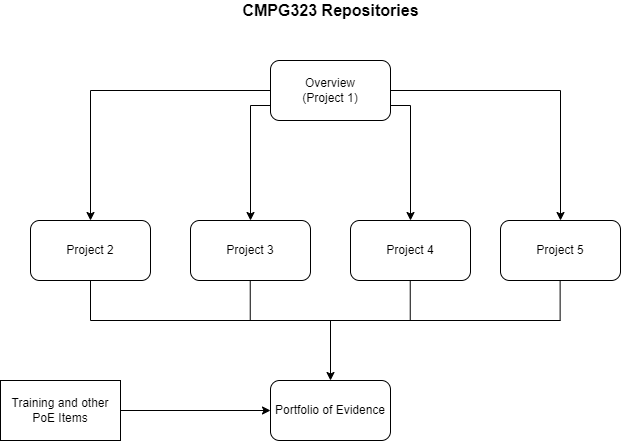
Earlier version of the draw.io export Assets/Repo Structure.png (Tanaille/CMPG-323-Overview---36581852). Source tidied: cells renumbered, new cells last; positions are measured from the earlier drawing's top-left corner, leaving out a move shared by most shapes. Its diagram source:
```xml
<mxGraphModel>
  <root>
    <mxCell id="0" />
    <mxCell id="1" parent="0" />
    <mxCell id="2" style="edgeStyle=orthogonalEdgeStyle;rounded=0;jettySize=auto;html=1;entryX=0.5;entryY=0;entryDx=0;entryDy=0;" parent="1" edge="1" source="6" target="7">
      <mxGeometry relative="1" as="geometry" />
    </mxCell>
    <mxCell id="3" style="edgeStyle=orthogonalEdgeStyle;rounded=0;jettySize=auto;html=1;exitX=1;exitY=0.5;exitDx=0;exitDy=0;entryX=0.5;entryY=0;entryDx=0;entryDy=0;" parent="1" edge="1" source="6" target="10">
      <mxGeometry relative="1" as="geometry" />
    </mxCell>
    <mxCell id="4" style="edgeStyle=orthogonalEdgeStyle;rounded=0;jettySize=auto;html=1;exitX=0;exitY=0.75;exitDx=0;exitDy=0;entryX=0.5;entryY=0;entryDx=0;entryDy=0;fontSize=16;" parent="1" edge="1" source="6" target="8">
      <mxGeometry relative="1" as="geometry" />
    </mxCell>
    <mxCell id="5" style="edgeStyle=orthogonalEdgeStyle;rounded=0;jettySize=auto;html=1;exitX=1;exitY=0.75;exitDx=0;exitDy=0;fontSize=16;" parent="1" edge="1" source="6" target="9">
      <mxGeometry relative="1" as="geometry" />
    </mxCell>
    <mxCell id="6" value="Overview&lt;br&gt;(Project 1)" style="rounded=1;whiteSpace=wrap;html=1;" parent="1" vertex="1">
      <mxGeometry x="270" y="60" width="120" height="60" as="geometry" />
    </mxCell>
    <mxCell id="7" value="Project 2" style="rounded=1;whiteSpace=wrap;html=1;" parent="1" vertex="1">
      <mxGeometry x="30" y="220" width="120" height="60" as="geometry" />
    </mxCell>
    <mxCell id="8" value="Project 3" style="rounded=1;whiteSpace=wrap;html=1;" parent="1" vertex="1">
      <mxGeometry x="190" y="220" width="120" height="60" as="geometry" />
    </mxCell>
    <mxCell id="9" value="Project 4" style="rounded=1;whiteSpace=wrap;html=1;" parent="1" vertex="1">
      <mxGeometry x="350" y="220" width="120" height="60" as="geometry" />
    </mxCell>
    <mxCell id="10" value="Project 5" style="rounded=1;whiteSpace=wrap;html=1;" parent="1" vertex="1">
      <mxGeometry x="500" y="220" width="120" height="60" as="geometry" />
    </mxCell>
    <mxCell id="11" value="Portfolio of Evidence" style="rounded=1;whiteSpace=wrap;html=1;" parent="1" vertex="1">
      <mxGeometry x="270" y="380" width="120" height="60" as="geometry" />
    </mxCell>
    <mxCell id="12" value="CMPG323 Repositories" style="text;html=1;align=center;verticalAlign=middle;strokeColor=none;fillColor=none;fontStyle=1;fontSize=16;" parent="1" vertex="1">
      <mxGeometry x="235" width="190" height="20" as="geometry" />
    </mxCell>
    <mxCell id="13" style="endArrow=none;html=1;rounded=0;fontSize=16;entryX=0.5;entryY=1;entryDx=0;entryDy=0;" parent="1" edge="1" target="7">
      <mxGeometry relative="1" as="geometry">
        <mxPoint x="90" y="320" as="sourcePoint" />
      </mxGeometry>
    </mxCell>
    <mxCell id="14" style="endArrow=none;html=1;rounded=0;fontSize=16;entryX=0.5;entryY=1;entryDx=0;entryDy=0;" parent="1" edge="1">
      <mxGeometry relative="1" as="geometry">
        <mxPoint x="249.7" y="320" as="sourcePoint" />
        <mxPoint x="249.7" y="280" as="targetPoint" />
      </mxGeometry>
    </mxCell>
    <mxCell id="15" style="endArrow=none;html=1;rounded=0;fontSize=16;entryX=0.5;entryY=1;entryDx=0;entryDy=0;" parent="1" edge="1">
      <mxGeometry relative="1" as="geometry">
        <mxPoint x="409.7" y="320" as="sourcePoint" />
        <mxPoint x="409.7" y="280" as="targetPoint" />
      </mxGeometry>
    </mxCell>
    <mxCell id="16" style="endArrow=none;html=1;rounded=0;fontSize=16;entryX=0.5;entryY=1;entryDx=0;entryDy=0;" parent="1" edge="1">
      <mxGeometry relative="1" as="geometry">
        <mxPoint x="559.6" y="320" as="sourcePoint" />
        <mxPoint x="559.6" y="280" as="targetPoint" />
      </mxGeometry>
    </mxCell>
    <mxCell id="17" style="endArrow=none;html=1;rounded=0;fontSize=16;" parent="1" edge="1">
      <mxGeometry relative="1" as="geometry">
        <mxPoint x="560" y="320" as="sourcePoint" />
        <mxPoint x="90" y="320" as="targetPoint" />
      </mxGeometry>
    </mxCell>
    <mxCell id="18" style="endArrow=classic;html=1;rounded=0;fontSize=16;entryX=0.5;entryY=0;entryDx=0;entryDy=0;" parent="1" edge="1" target="11">
      <mxGeometry relative="1" as="geometry">
        <mxPoint x="330" y="320" as="sourcePoint" />
      </mxGeometry>
    </mxCell>
    <mxCell id="19" style="edgeStyle=orthogonalEdgeStyle;rounded=0;jettySize=auto;html=1;entryX=0;entryY=0.5;entryDx=0;entryDy=0;fontSize=12;" parent="1" edge="1" source="20" target="11">
      <mxGeometry relative="1" as="geometry" />
    </mxCell>
    <mxCell id="20" value="Training and other PoE Items" style="rounded=0;whiteSpace=wrap;html=1;fontSize=12;" parent="1" vertex="1">
      <mxGeometry y="380" width="120" height="60" as="geometry" />
    </mxCell>
  </root>
</mxGraphModel>
```
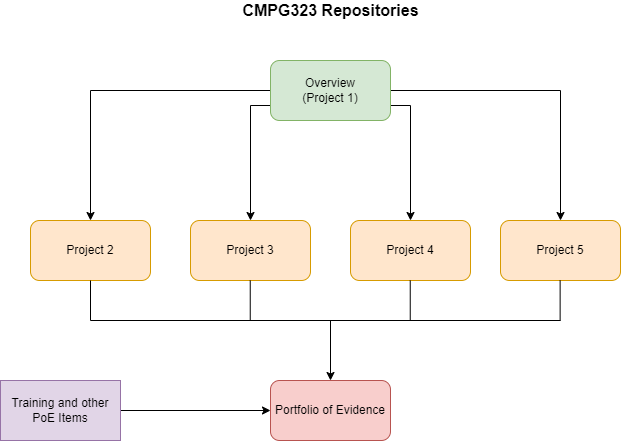
Above is the later version.

Commit message:
Add new repository structure image

The edit, as a diff of the source:
```diff
@@ -14,22 +14,22 @@
     <mxCell id="5" style="edgeStyle=orthogonalEdgeStyle;rounded=0;jettySize=auto;html=1;exitX=1;exitY=0.75;exitDx=0;exitDy=0;fontSize=16;" parent="1" edge="1" source="6" target="9">
       <mxGeometry relative="1" as="geometry" />
     </mxCell>
-    <mxCell id="6" value="Overview&lt;br&gt;(Project 1)" style="rounded=1;whiteSpace=wrap;html=1;" parent="1" vertex="1">
+    <mxCell id="6" value="Overview&lt;br&gt;(Project 1)" style="rounded=1;whiteSpace=wrap;html=1;fillColor=#d5e8d4;strokeColor=#82b366;" parent="1" vertex="1">
       <mxGeometry x="270" y="60" width="120" height="60" as="geometry" />
     </mxCell>
-    <mxCell id="7" value="Project 2" style="rounded=1;whiteSpace=wrap;html=1;" parent="1" vertex="1">
+    <mxCell id="7" value="Project 2" style="rounded=1;whiteSpace=wrap;html=1;fillColor=#ffe6cc;strokeColor=#d79b00;" parent="1" vertex="1">
       <mxGeometry x="30" y="220" width="120" height="60" as="geometry" />
     </mxCell>
-    <mxCell id="8" value="Project 3" style="rounded=1;whiteSpace=wrap;html=1;" parent="1" vertex="1">
+    <mxCell id="8" value="Project 3" style="rounded=1;whiteSpace=wrap;html=1;fillColor=#ffe6cc;strokeColor=#d79b00;" parent="1" vertex="1">
       <mxGeometry x="190" y="220" width="120" height="60" as="geometry" />
     </mxCell>
-    <mxCell id="9" value="Project 4" style="rounded=1;whiteSpace=wrap;html=1;" parent="1" vertex="1">
+    <mxCell id="9" value="Project 4" style="rounded=1;whiteSpace=wrap;html=1;fillColor=#ffe6cc;strokeColor=#d79b00;" parent="1" vertex="1">
       <mxGeometry x="350" y="220" width="120" height="60" as="geometry" />
     </mxCell>
-    <mxCell id="10" value="Project 5" style="rounded=1;whiteSpace=wrap;html=1;" parent="1" vertex="1">
+    <mxCell id="10" value="Project 5" style="rounded=1;whiteSpace=wrap;html=1;fillColor=#ffe6cc;strokeColor=#d79b00;" parent="1" vertex="1">
       <mxGeometry x="500" y="220" width="120" height="60" as="geometry" />
     </mxCell>
-    <mxCell id="11" value="Portfolio of Evidence" style="rounded=1;whiteSpace=wrap;html=1;" parent="1" vertex="1">
+    <mxCell id="11" value="Portfolio of Evidence" style="rounded=1;whiteSpace=wrap;html=1;fillColor=#f8cecc;strokeColor=#b85450;" parent="1" vertex="1">
       <mxGeometry x="270" y="380" width="120" height="60" as="geometry" />
     </mxCell>
     <mxCell id="12" value="CMPG323 Repositories" style="text;html=1;align=center;verticalAlign=middle;strokeColor=none;fillColor=none;fontStyle=1;fontSize=16;" parent="1" vertex="1">
@@ -72,7 +72,7 @@
     <mxCell id="19" style="edgeStyle=orthogonalEdgeStyle;rounded=0;jettySize=auto;html=1;entryX=0;entryY=0.5;entryDx=0;entryDy=0;fontSize=12;" parent="1" edge="1" source="20" target="11">
       <mxGeometry relative="1" as="geometry" />
     </mxCell>
-    <mxCell id="20" value="Training and other PoE Items" style="rounded=0;whiteSpace=wrap;html=1;fontSize=12;" parent="1" vertex="1">
+    <mxCell id="20" value="Training and other PoE Items" style="rounded=0;whiteSpace=wrap;html=1;fontSize=12;fillColor=#e1d5e7;strokeColor=#9673a6;" parent="1" vertex="1">
       <mxGeometry y="380" width="120" height="60" as="geometry" />
     </mxCell>
   </root>
```
